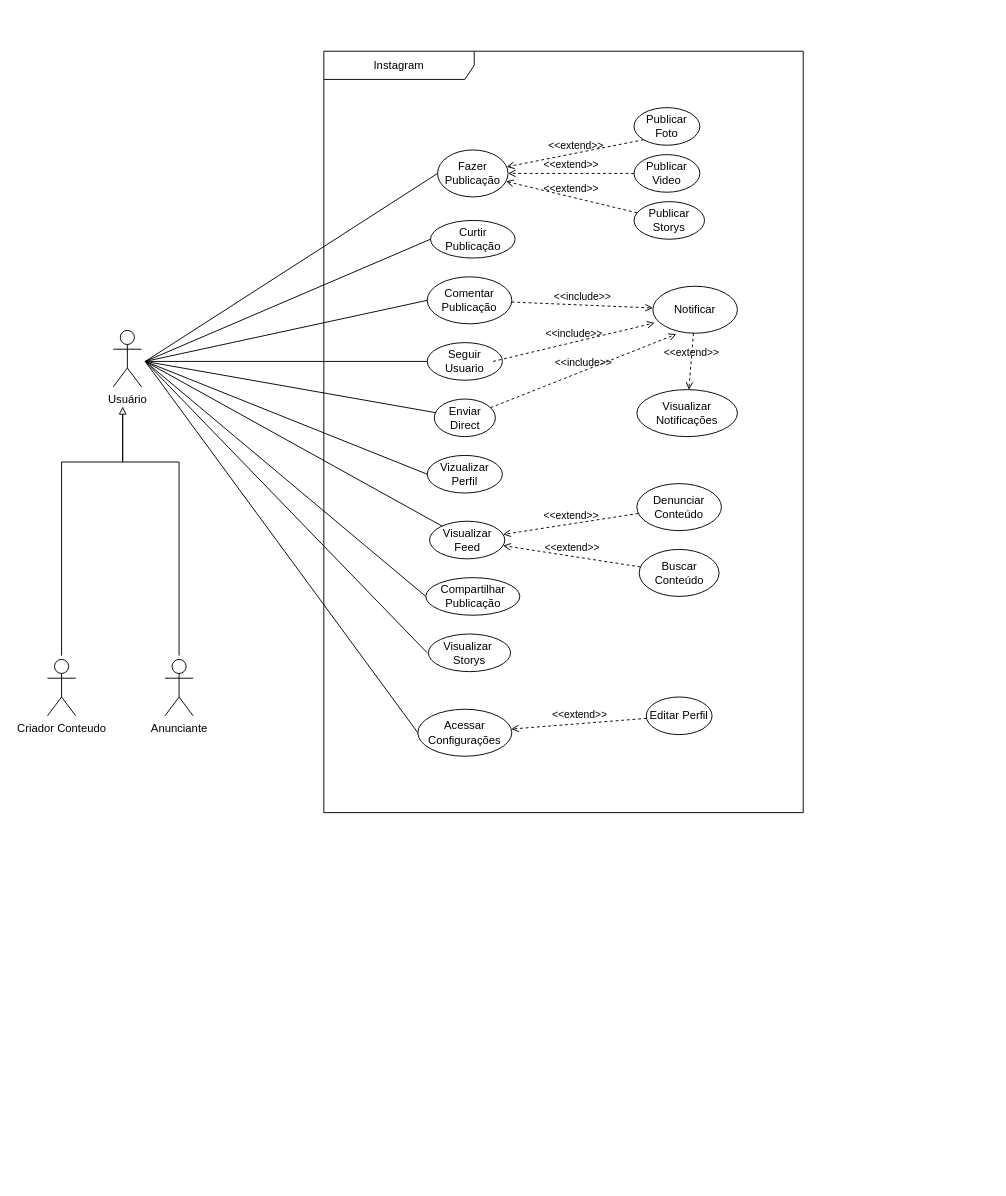
Before: Caso uso instagram.drawio in juscecley-ifam/IAS, a draw.io diagram. Source tidied: cells renumbered, new cells numbered last; positions are measured from the earlier drawing's top-left corner, leaving out a move shared by most shapes. Both pictures are drawn from the tidied source at 94%, with x=0, y=0 at pixel (47, 51).
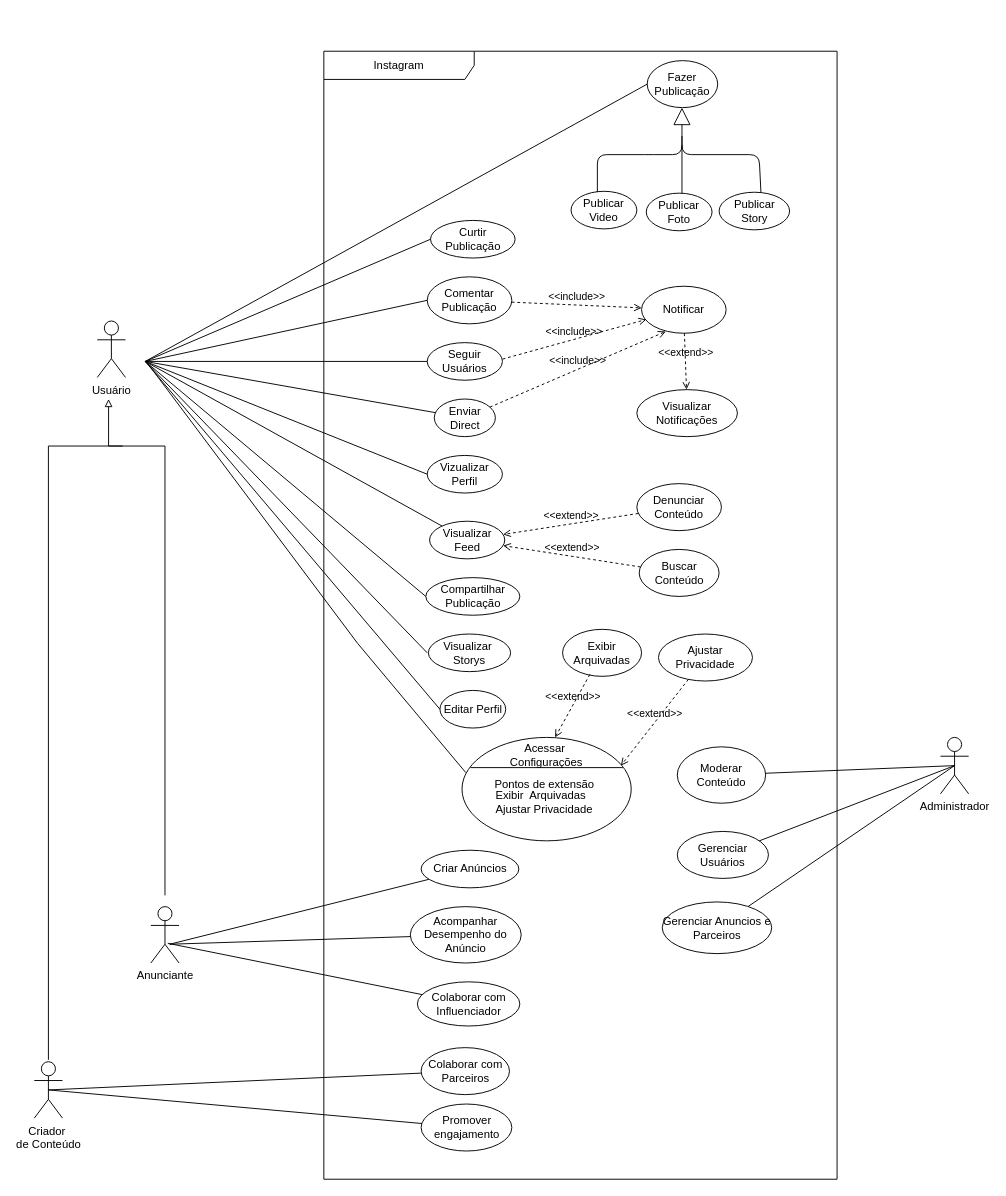
The same page after the edit.

The change refers to these unchanged cells:
```xml
<mxCell id="11" value="Enviar Direct" style="ellipse;whiteSpace=wrap;html=1;" parent="3" vertex="1">
  <mxGeometry x="117.5" y="370" width="65" height="40" as="geometry" />
</mxCell>
```

What changed in the source:
```diff
@@
-    <mxCell id="2" style="edgeStyle=orthogonalEdgeStyle;rounded=0;jettySize=auto;html=1;endArrow=none;endFill=0;startArrow=block;startFill=0;targetPerimeterSpacing=4;sourcePerimeterSpacing=21;jumpStyle=none;shadow=0;flowAnimation=0;" parent="1" edge="1" source="33" target="35">
+    <mxCell id="2" style="edgeStyle=orthogonalEdgeStyle;rounded=0;orthogonalLoop=1;jettySize=auto;html=1;endArrow=none;endFill=0;startArrow=block;startFill=0;targetPerimeterSpacing=4;sourcePerimeterSpacing=21;jumpStyle=none;shadow=0;flowAnimation=0;" parent="1" edge="1">
       <mxGeometry relative="1" as="geometry">
+        <mxPoint x="65" y="370" as="sourcePoint" />
+        <mxPoint x="125" y="898" as="targetPoint" />
         <Array as="points">
-          <mxPoint x="80" y="437" />
-          <mxPoint x="140" y="437" />
+          <mxPoint x="65" y="420" />
+          <mxPoint x="125" y="420" />
         </Array>
       </mxGeometry>
     </mxCell>
     <mxCell id="3" value="Instagram" style="shape=umlFrame;whiteSpace=wrap;html=1;width=160;" parent="1" vertex="1">
-      <mxGeometry x="294" width="510" height="810" as="geometry" />
+      <mxGeometry x="294" width="546" height="1200" as="geometry" />
     </mxCell>
     <mxCell id="4" value="Fazer Publicação" style="ellipse;whiteSpace=wrap;html=1;" parent="3" vertex="1">
-      <mxGeometry x="121" y="105" width="75" height="50" as="geometry" />
+      <mxGeometry x="344" y="10" width="75" height="50" as="geometry" />
     </mxCell>
@@
-    <mxCell id="7" value="Seguir Usuario" style="ellipse;whiteSpace=wrap;html=1;" parent="3" vertex="1">
+    <mxCell id="7" value="Seguir Usuários" style="ellipse;whiteSpace=wrap;html=1;" parent="3" vertex="1">
       <mxGeometry x="110" y="310" width="80" height="40" as="geometry" />
     </mxCell>
     <mxCell id="8" value="Publicar Foto" style="ellipse;whiteSpace=wrap;html=1;" parent="3" vertex="1">
-      <mxGeometry x="330" y="60" width="70" height="40" as="geometry" />
+      <mxGeometry x="343" y="151" width="70" height="40" as="geometry" />
     </mxCell>
     <mxCell id="9" value="Publicar Video" style="ellipse;whiteSpace=wrap;html=1;" parent="3" vertex="1">
-      <mxGeometry x="330" y="110" width="70" height="40" as="geometry" />
+      <mxGeometry x="263" y="149" width="70" height="40" as="geometry" />
     </mxCell>
-    <mxCell id="10" value="Publicar Storys" style="ellipse;whiteSpace=wrap;html=1;" parent="3" vertex="1">
-      <mxGeometry x="330" y="160" width="75" height="40" as="geometry" />
+    <mxCell id="10" value="Publicar Story" style="ellipse;whiteSpace=wrap;html=1;" parent="3" vertex="1">
+      <mxGeometry x="420.5" y="150" width="75" height="40" as="geometry" />
     </mxCell>
@@
     <mxCell id="13" value="Editar Perfil" style="ellipse;whiteSpace=wrap;html=1;" parent="3" vertex="1">
-      <mxGeometry x="343" y="687" width="70" height="40" as="geometry" />
+      <mxGeometry x="123.5" y="680" width="70" height="40" as="geometry" />
     </mxCell>
@@
-    <mxCell id="15" value="Acessar Configurações" style="ellipse;whiteSpace=wrap;html=1;" parent="3" vertex="1">
-      <mxGeometry x="100" y="700" width="100" height="50" as="geometry" />
-    </mxCell>
@@
-    <mxCell id="18" value="&amp;lt;&amp;lt;extend&amp;gt;&amp;gt;" style="html=1;verticalAlign=bottom;labelBackgroundColor=none;endArrow=open;endFill=0;dashed=1;rounded=0;" parent="3" edge="1" source="10" target="4">
-      <mxGeometry relative="1" as="geometry" />
-    </mxCell>
-    <mxCell id="19" value="&amp;lt;&amp;lt;extend&amp;gt;&amp;gt;" style="html=1;verticalAlign=bottom;labelBackgroundColor=none;endArrow=open;endFill=0;dashed=1;rounded=0;" parent="3" edge="1" source="9" target="4">
-      <mxGeometry relative="1" as="geometry" />
-    </mxCell>
-    <mxCell id="20" value="&amp;lt;&amp;lt;extend&amp;gt;&amp;gt;" style="html=1;verticalAlign=bottom;labelBackgroundColor=none;endArrow=open;endFill=0;dashed=1;rounded=0;exitX=0;exitY=1;exitDx=0;exitDy=0;" parent="3" edge="1" source="8" target="4">
-      <mxGeometry relative="1" as="geometry" />
-    </mxCell>
-    <mxCell id="21" value="&amp;lt;&amp;lt;extend&amp;gt;&amp;gt;" style="html=1;verticalAlign=bottom;labelBackgroundColor=none;endArrow=open;endFill=0;dashed=1;rounded=0;" parent="3" edge="1" source="13" target="15">
-      <mxGeometry relative="1" as="geometry" />
-    </mxCell>
@@
     <mxCell id="26" value="Notificar" style="ellipse;whiteSpace=wrap;html=1;" parent="3" vertex="1">
-      <mxGeometry x="350" y="250" width="90" height="50" as="geometry" />
+      <mxGeometry x="338" y="250" width="90" height="50" as="geometry" />
     </mxCell>
@@
-    <mxCell id="28" value="&amp;lt;&amp;lt;include&amp;gt;&amp;gt;" style="html=1;verticalAlign=bottom;labelBackgroundColor=none;endArrow=open;endFill=0;dashed=1;rounded=0;entryX=0.022;entryY=0.78;entryDx=0;entryDy=0;entryPerimeter=0;" parent="3" edge="1" target="26">
-      <mxGeometry relative="1" as="geometry">
-        <mxPoint x="180" y="330" as="sourcePoint" />
-      </mxGeometry>
+    <mxCell id="28" value="&amp;lt;&amp;lt;include&amp;gt;&amp;gt;" style="html=1;verticalAlign=bottom;labelBackgroundColor=none;endArrow=open;endFill=0;dashed=1;rounded=0;entryX=0.057;entryY=0.707;entryDx=0;entryDy=0;entryPerimeter=0;exitX=1.002;exitY=0.438;exitDx=0;exitDy=0;exitPerimeter=0;" parent="3" edge="1" source="7" target="26">
+      <mxGeometry relative="1" as="geometry" />
     </mxCell>
-    <mxCell id="29" value="&amp;lt;&amp;lt;include&amp;gt;&amp;gt;" style="html=1;verticalAlign=bottom;labelBackgroundColor=none;endArrow=open;endFill=0;dashed=1;rounded=0;entryX=0.278;entryY=1.02;entryDx=0;entryDy=0;entryPerimeter=0;" parent="3" edge="1" source="11" target="26">
+    <mxCell id="29" value="&amp;lt;&amp;lt;include&amp;gt;&amp;gt;" style="html=1;verticalAlign=bottom;labelBackgroundColor=none;endArrow=open;endFill=0;dashed=1;rounded=0;entryX=0.287;entryY=0.963;entryDx=0;entryDy=0;entryPerimeter=0;" parent="3" edge="1" source="11" target="26">
       <mxGeometry relative="1" as="geometry" />
     </mxCell>
@@
+    <mxCell id="46" value="Exibir Arquivadas" style="ellipse;whiteSpace=wrap;html=1;" parent="3" vertex="1">
+      <mxGeometry x="254" y="615" width="84" height="50" as="geometry" />
+    </mxCell>
+    <mxCell id="47" value="Ajustar Privacidade" style="ellipse;whiteSpace=wrap;html=1;" parent="3" vertex="1">
+      <mxGeometry x="356" y="620" width="100" height="50" as="geometry" />
+    </mxCell>
+    <mxCell id="48" value="&lt;br&gt;" style="endArrow=block;endSize=16;endFill=0;html=1;exitX=0.5;exitY=0;exitDx=0;exitDy=0;" parent="3" edge="1">
+      <mxGeometry x="0.15" y="-141" relative="1" as="geometry">
+        <mxPoint x="465" y="150" as="sourcePoint" />
+        <mxPoint x="381" y="60" as="targetPoint" />
+        <Array as="points">
+          <mxPoint x="463" y="110" />
+          <mxPoint x="381" y="110" />
+          <mxPoint x="381" y="90" />
+        </Array>
+      </mxGeometry>
+    </mxCell>
+    <mxCell id="49" value="&lt;br&gt;" style="endArrow=none;endSize=16;endFill=0;html=1;" parent="3" edge="1">
+      <mxGeometry x="0.15" y="-141" relative="1" as="geometry">
+        <mxPoint x="291" y="150" as="sourcePoint" />
+        <mxPoint x="381" y="90" as="targetPoint" />
+        <Array as="points">
+          <mxPoint x="291" y="110" />
+          <mxPoint x="341" y="110" />
+          <mxPoint x="381" y="110" />
+          <mxPoint x="381" y="90" />
+        </Array>
+      </mxGeometry>
+    </mxCell>
+    <mxCell id="50" style="endArrow=none;html=1;rounded=0;" parent="3" edge="1">
+      <mxGeometry relative="1" as="geometry">
+        <mxPoint x="381" y="151" as="sourcePoint" />
+        <mxPoint x="381" y="100" as="targetPoint" />
+      </mxGeometry>
+    </mxCell>
+    <mxCell id="51" value="Criar Anúncios" style="ellipse;whiteSpace=wrap;html=1;" parent="3" vertex="1">
+      <mxGeometry x="103.5" y="850" width="104" height="40" as="geometry" />
+    </mxCell>
+    <mxCell id="52" style="shape=ellipse;horizontal=1;html=1;dashed=0;" parent="3" vertex="1">
+      <mxGeometry x="147" y="730" width="180" height="110" as="geometry" />
+    </mxCell>
+    <mxCell id="15" value="Acessar&amp;nbsp;&lt;div&gt;Configurações&lt;/div&gt;" style="html=1;strokeColor=none;fillColor=none;align=center;verticalAlign=middle;whiteSpace=wrap;" parent="52" vertex="1">
+      <mxGeometry y="5" width="180" height="27.5" as="geometry" />
+    </mxCell>
+    <mxCell id="53" style="line;strokeWidth=1;fillColor=none;labelPosition=right;dashed=0;" parent="52" vertex="1">
+      <mxGeometry x="9" y="27.5" width="162" height="9.2" as="geometry" />
+    </mxCell>
+    <mxCell id="54" value="Pontos de extensão" style="text;html=1;align=center;verticalAlign=middle;fillColor=none;strokeColor=none;whiteSpace=wrap;" parent="52" vertex="1">
+      <mxGeometry x="-2" y="36.7" width="180" height="27.5" as="geometry" />
+    </mxCell>
+    <mxCell id="55" value="Exibir&amp;nbsp; Arquivadas&lt;div&gt;Ajustar Privacidade&lt;/div&gt;" style="text;html=1;align=left;verticalAlign=middle;spacingLeft=25;fillColor=none;strokeColor=none;whiteSpace=wrap;" parent="52" vertex="1">
+      <mxGeometry x="9" y="55" width="180" height="27.5" as="geometry" />
+    </mxCell>
+    <mxCell id="56" value="&amp;lt;&amp;lt;extend&amp;gt;&amp;gt;" style="html=1;verticalAlign=bottom;labelBackgroundColor=none;endArrow=open;endFill=0;dashed=1;rounded=0;exitX=0.345;exitY=0.96;exitDx=0;exitDy=0;exitPerimeter=0;" parent="3" edge="1" source="46">
+      <mxGeometry relative="1" as="geometry">
+        <mxPoint x="246" y="730" as="targetPoint" />
+      </mxGeometry>
+    </mxCell>
+    <mxCell id="57" value="&amp;lt;&amp;lt;extend&amp;gt;&amp;gt;" style="html=1;verticalAlign=bottom;labelBackgroundColor=none;endArrow=open;endFill=0;dashed=1;rounded=0;" parent="3" edge="1" source="47">
+      <mxGeometry relative="1" as="geometry">
+        <mxPoint x="316" y="760" as="targetPoint" />
+      </mxGeometry>
+    </mxCell>
+    <mxCell id="58" value="Promover engajamento" style="ellipse;whiteSpace=wrap;html=1;" parent="3" vertex="1">
+      <mxGeometry x="103.5" y="1120" width="96.5" height="50" as="geometry" />
+    </mxCell>
+    <mxCell id="59" value="Colaborar com Parceiros" style="ellipse;whiteSpace=wrap;html=1;" parent="3" vertex="1">
+      <mxGeometry x="103.5" y="1060" width="94" height="50" as="geometry" />
+    </mxCell>
+    <mxCell id="60" value="Acompanhar Desempenho do Anúncio" style="ellipse;whiteSpace=wrap;html=1;" parent="3" vertex="1">
+      <mxGeometry x="92" y="910" width="118" height="60" as="geometry" />
+    </mxCell>
+    <mxCell id="61" value="Colaborar com Influenciador" style="ellipse;whiteSpace=wrap;html=1;" parent="3" vertex="1">
+      <mxGeometry x="99.5" y="990" width="109" height="47" as="geometry" />
+    </mxCell>
+    <mxCell id="62" value="Moderar Conteúdo" style="ellipse;whiteSpace=wrap;html=1;" parent="3" vertex="1">
+      <mxGeometry x="376" y="740" width="94" height="60" as="geometry" />
+    </mxCell>
+    <mxCell id="63" value="Gerenciar Usuários" style="ellipse;whiteSpace=wrap;html=1;" parent="3" vertex="1">
+      <mxGeometry x="376" y="830" width="97" height="50" as="geometry" />
+    </mxCell>
+    <mxCell id="64" value="Gerenciar Anuncios e Parceiros" style="ellipse;whiteSpace=wrap;html=1;" parent="3" vertex="1">
+      <mxGeometry x="360" y="905" width="116.5" height="55" as="geometry" />
+    </mxCell>
-    <mxCell id="32" style="edgeStyle=orthogonalEdgeStyle;rounded=0;jettySize=auto;html=1;endArrow=none;endFill=0;sourcePerimeterSpacing=30;targetPerimeterSpacing=4;" parent="1" edge="1" source="33" target="34">
+    <mxCell id="32" style="edgeStyle=orthogonalEdgeStyle;rounded=0;orthogonalLoop=1;jettySize=auto;html=1;endArrow=none;endFill=0;sourcePerimeterSpacing=30;targetPerimeterSpacing=4;" parent="1" edge="1">
       <mxGeometry relative="1" as="geometry">
+        <mxPoint x="80" y="420" as="sourcePoint" />
+        <mxPoint x="1" y="1073" as="targetPoint" />
         <Array as="points">
-          <mxPoint x="80" y="437" />
-          <mxPoint x="15" y="437" />
+          <mxPoint x="80" y="420" />
+          <mxPoint x="1" y="420" />
         </Array>
       </mxGeometry>
     </mxCell>
     <mxCell id="33" value="Usuário" style="shape=umlActor;verticalLabelPosition=bottom;verticalAlign=top;html=1;" parent="1" vertex="1">
-      <mxGeometry x="70" y="297" width="30" height="60" as="geometry" />
+      <mxGeometry x="53" y="287" width="30" height="60" as="geometry" />
     </mxCell>
-    <mxCell id="34" value="Criador Conteudo" style="shape=umlActor;verticalLabelPosition=bottom;verticalAlign=top;html=1;" parent="1" vertex="1">
-      <mxGeometry y="647" width="30" height="60" as="geometry" />
+    <mxCell id="34" value="Criador&amp;nbsp;&lt;div&gt;de Conteúdo&lt;/div&gt;" style="shape=umlActor;verticalLabelPosition=bottom;verticalAlign=top;html=1;" parent="1" vertex="1">
+      <mxGeometry x="-14" y="1075" width="30" height="60" as="geometry" />
     </mxCell>
     <mxCell id="35" value="Anunciante" style="shape=umlActor;verticalLabelPosition=bottom;verticalAlign=top;html=1;" parent="1" vertex="1">
-      <mxGeometry x="125" y="647" width="30" height="60" as="geometry" />
+      <mxGeometry x="110" y="910" width="30" height="60" as="geometry" />
     </mxCell>
@@
-    <mxCell id="43" style="endArrow=none;endFill=0;endSize=12;html=1;rounded=0;entryX=0;entryY=0.5;entryDx=0;entryDy=0;" parent="1" edge="1" target="15">
+    <mxCell id="43" style="endArrow=none;endFill=0;endSize=12;html=1;rounded=0;entryX=0;entryY=0.5;entryDx=0;entryDy=0;" parent="1" edge="1" target="13">
       <mxGeometry relative="1" as="geometry">
         <mxPoint x="104" y="330" as="sourcePoint" />
       </mxGeometry>
     </mxCell>
@@
+    <mxCell id="65" style="endArrow=none;endFill=0;endSize=12;html=1;rounded=0;" parent="1" edge="1">
+      <mxGeometry relative="1" as="geometry">
+        <mxPoint x="105" y="330" as="sourcePoint" />
+        <mxPoint x="445" y="767.4" as="targetPoint" />
+        <Array as="points">
+          <mxPoint x="330" y="630" />
+        </Array>
+      </mxGeometry>
+    </mxCell>
+    <mxCell id="66" style="endArrow=none;endFill=0;endSize=12;html=1;rounded=0;exitX=0.667;exitY=0.667;exitDx=0;exitDy=0;exitPerimeter=0;" parent="1" edge="1" source="35" target="51">
+      <mxGeometry relative="1" as="geometry" />
+    </mxCell>
+    <mxCell id="67" style="endArrow=none;endFill=0;endSize=12;html=1;rounded=0;exitX=0.5;exitY=0.5;exitDx=0;exitDy=0;exitPerimeter=0;" parent="1" edge="1" source="34" target="58">
+      <mxGeometry relative="1" as="geometry" />
+    </mxCell>
+    <mxCell id="68" style="endArrow=none;endFill=0;endSize=12;html=1;rounded=0;exitX=0.5;exitY=0.5;exitDx=0;exitDy=0;exitPerimeter=0;" parent="1" edge="1" source="34" target="59">
+      <mxGeometry relative="1" as="geometry" />
+    </mxCell>
+    <mxCell id="69" style="endArrow=none;endFill=0;endSize=12;html=1;rounded=0;" parent="1" edge="1" target="60">
+      <mxGeometry relative="1" as="geometry">
+        <mxPoint x="130" y="950" as="sourcePoint" />
+      </mxGeometry>
+    </mxCell>
+    <mxCell id="70" style="endArrow=none;endFill=0;endSize=12;html=1;rounded=0;exitX=0.6;exitY=0.65;exitDx=0;exitDy=0;exitPerimeter=0;" parent="1" edge="1" source="35" target="61">
+      <mxGeometry relative="1" as="geometry" />
+    </mxCell>
+    <mxCell id="71" value="Administrador" style="shape=umlActor;verticalLabelPosition=bottom;verticalAlign=top;html=1;" parent="1" vertex="1">
+      <mxGeometry x="950" y="730" width="30" height="60" as="geometry" />
+    </mxCell>
+    <mxCell id="72" style="endArrow=none;endFill=0;endSize=12;html=1;rounded=0;exitX=0.5;exitY=0.5;exitDx=0;exitDy=0;exitPerimeter=0;" parent="1" edge="1" source="71" target="62">
+      <mxGeometry relative="1" as="geometry" />
+    </mxCell>
+    <mxCell id="73" style="endArrow=none;endFill=0;endSize=12;html=1;rounded=0;exitX=0.5;exitY=0.5;exitDx=0;exitDy=0;exitPerimeter=0;" parent="1" edge="1" source="71" target="63">
+      <mxGeometry relative="1" as="geometry" />
+    </mxCell>
+    <mxCell id="74" style="endArrow=none;endFill=0;endSize=12;html=1;rounded=0;exitX=0.5;exitY=0.5;exitDx=0;exitDy=0;exitPerimeter=0;" parent="1" edge="1" source="71" target="64">
+      <mxGeometry relative="1" as="geometry" />
+    </mxCell>
```
